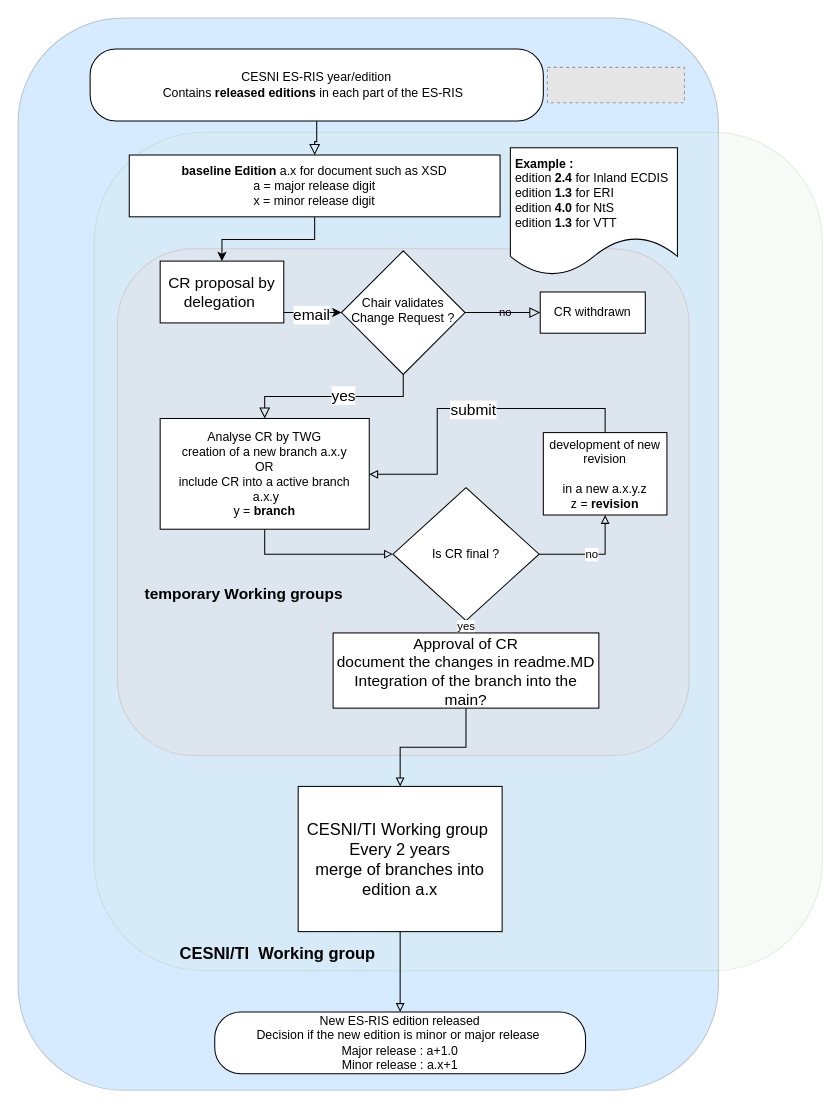
cesniti/ris_public_files keeps this draw.io diagram as docs/RIS-versioning.drawio. Above is the earlier version. Source tidied: cells renumbered, new cells numbered last; positions are measured from the earlier drawing's top-left corner, leaving out a move shared by most shapes. Both pictures are drawn from the tidied source at 103%, with x=0, y=0 at pixel (18, 18). Pictures stored in the file or linked from it are replaced by grey dashed boxes.
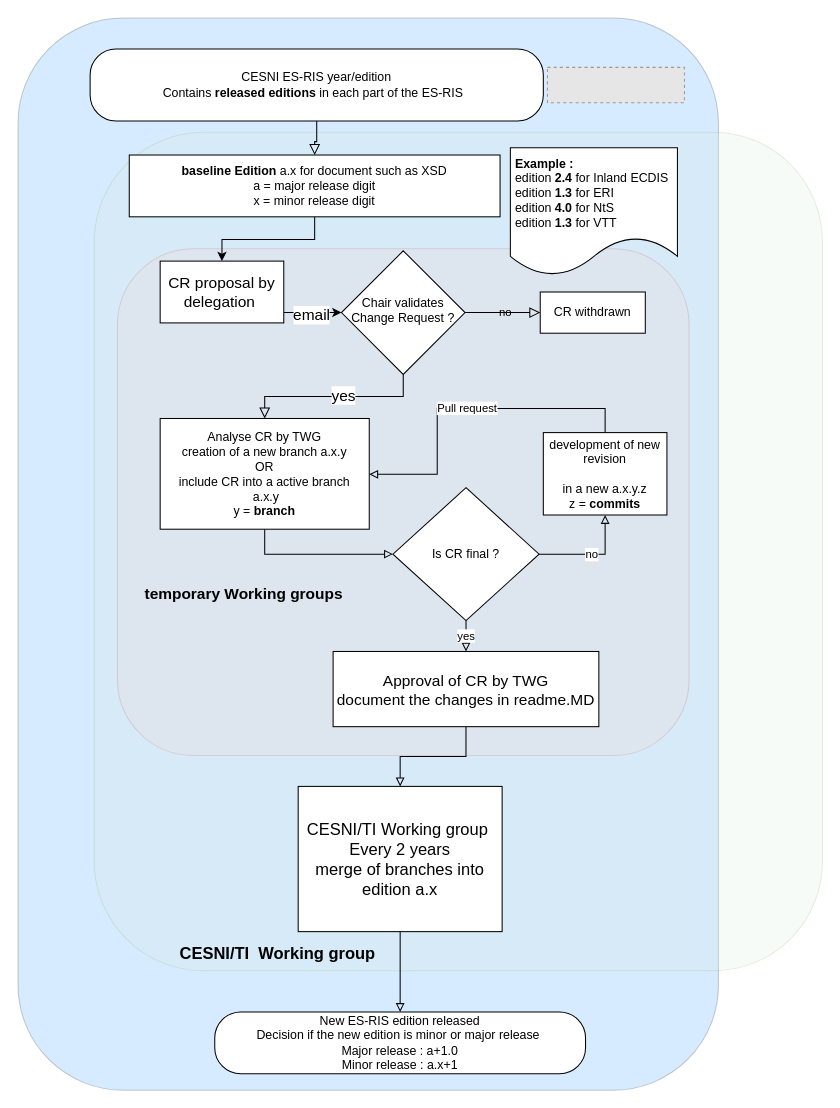
The same diagram, later.

The change refers to these unchanged cells:
```xml
<mxCell id="16" value="Analyse CR by TWG&lt;br&gt;creation of a new branch a.x.y&lt;br&gt;OR&lt;br&gt;include CR into a active branch&lt;br&gt;&amp;nbsp;a.x.y&lt;br&gt;y = &lt;b&gt;branch&lt;/b&gt;" style="rounded=0;whiteSpace=wrap;html=1;" parent="1" vertex="1">
  <mxGeometry x="138" y="388.8" width="203" height="107.5" as="geometry" />
</mxCell>
```

What changed in the source:
```diff
@@
-    <mxCell id="21" style="edgeStyle=orthogonalEdgeStyle;rounded=0;jettySize=auto;html=1;startArrow=none;startFill=0;endArrow=block;endFill=0;exitX=0.5;exitY=0;exitDx=0;exitDy=0;" parent="1" edge="1" source="23" target="16">
+    <mxCell id="21" value="Pull request" style="edgeStyle=orthogonalEdgeStyle;rounded=0;jettySize=auto;html=1;startArrow=none;startFill=0;endArrow=block;endFill=0;exitX=0.5;exitY=0;exitDx=0;exitDy=0;" parent="1" edge="1" source="23" target="16">
       <mxGeometry relative="1" as="geometry">
         <Array as="points">
           <mxPoint x="570" y="379" />
           <mxPoint x="407" y="379" />
           <mxPoint x="407" y="443" />
         </Array>
       </mxGeometry>
     </mxCell>
-    <mxCell id="22" value="submit" style="edgeLabel;html=1;align=center;verticalAlign=middle;fontSize=15;" parent="21" vertex="1">
-      <mxGeometry x="-0.04" relative="1" as="geometry" />
-    </mxCell>
-    <mxCell id="23" value="development of new revision&lt;br&gt;&lt;br&gt;in a new a.x.y.z&lt;br&gt;z = &lt;b&gt;revision&lt;/b&gt;" style="rounded=0;whiteSpace=wrap;html=1;" parent="1" vertex="1">
+    <mxCell id="23" value="development of new revision&lt;br&gt;&lt;br&gt;in a new a.x.y.z&lt;br&gt;z = &lt;b&gt;commits&lt;/b&gt;" style="rounded=0;whiteSpace=wrap;html=1;" parent="1" vertex="1">
       <mxGeometry x="510" y="402.5" width="120" height="80" as="geometry" />
     </mxCell>
@@
-    <mxCell id="33" value="Approval of CR&lt;br&gt;document the changes in readme.MD&lt;br&gt;Integration of the branch into the main?" style="rounded=0;whiteSpace=wrap;html=1;fontSize=15;" parent="1" vertex="1">
-      <mxGeometry x="305.9" y="597" width="258" height="73" as="geometry" />
+    <mxCell id="33" value="Approval of CR by TWG&lt;br&gt;document the changes in readme.MD" style="rounded=0;whiteSpace=wrap;html=1;fontSize=15;" parent="1" vertex="1">
+      <mxGeometry x="305.9" y="615" width="258" height="73" as="geometry" />
     </mxCell>
```
